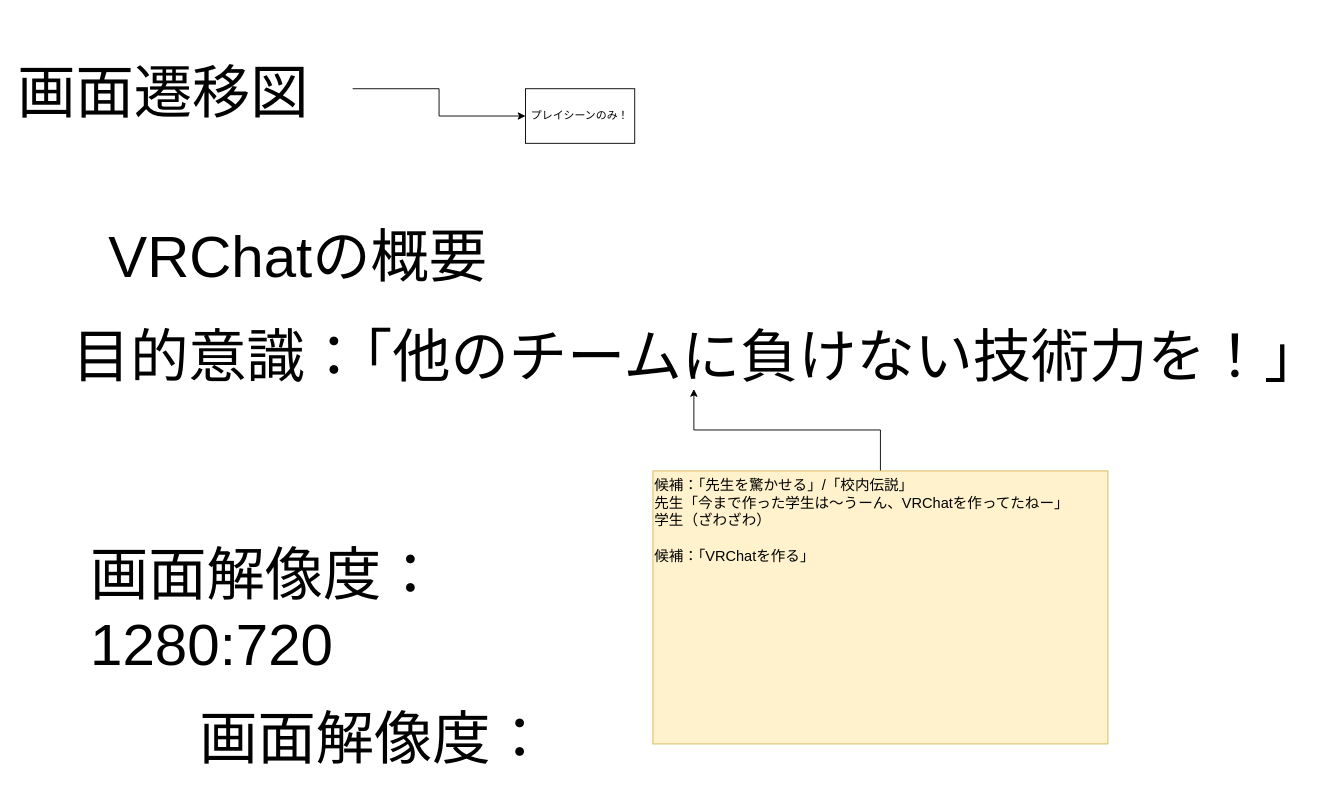
The draw.io diagram page "25/01/09" (2 of 2) of Doc/会議ログ.drawio in 3doriTea/VRTea, before the edit. Source tidied: cells renumbered, new cells numbered last; positions are measured from the earlier drawing's top-left corner, leaving out a move shared by most shapes. Both pictures are drawn from the tidied source at 91%, with x=0, y=0 at pixel (15, 52).
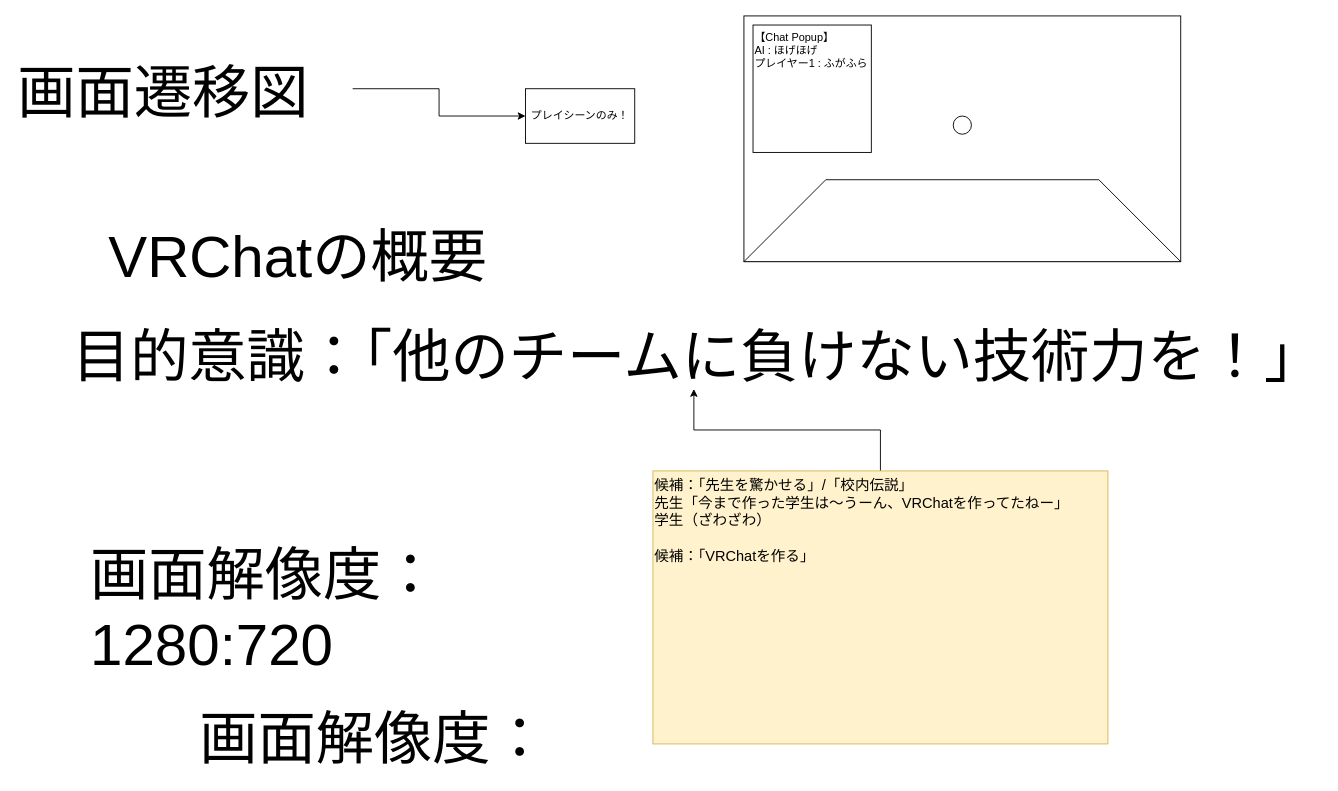
Above is the later version.

Commit message:
会議ログ.drawio を更新します

What changed in the source:
```diff
@@
 <mxGraphModel>
   <root>
     <mxCell id="0" />
     <mxCell id="1" parent="0" />
     <mxCell id="2" style="edgeStyle=orthogonalEdgeStyle;rounded=0;jettySize=auto;html=1;" parent="1" edge="1" source="3" target="10">
       <mxGeometry relative="1" as="geometry" />
     </mxCell>
     <mxCell id="3" value="画面遷移図" style="text;html=1;whiteSpace=wrap;strokeColor=none;fillColor=none;align=left;verticalAlign=top;rounded=0;fontSize=64;fontFamily=Cascadia Code;" parent="1" vertex="1">
       <mxGeometry width="370" height="80" as="geometry" />
     </mxCell>
     <mxCell id="4" value="VRChatの概要" style="text;html=1;whiteSpace=wrap;strokeColor=none;fillColor=none;align=left;verticalAlign=top;rounded=0;fontSize=64;fontFamily=Cascadia Code;" parent="1" vertex="1">
       <mxGeometry x="100" y="180" width="500" height="80" as="geometry" />
     </mxCell>
     <mxCell id="5" value="目的意識：「他のチームに負けない技術力を！」" style="text;html=1;whiteSpace=wrap;strokeColor=none;fillColor=none;align=left;verticalAlign=top;rounded=0;fontSize=64;fontFamily=Cascadia Code;" parent="1" vertex="1">
       <mxGeometry x="60" y="290" width="1370" height="80" as="geometry" />
     </mxCell>
     <mxCell id="6" value="画面解像度：1280:720" style="text;html=1;whiteSpace=wrap;strokeColor=none;fillColor=none;align=left;verticalAlign=top;rounded=0;fontSize=64;fontFamily=Cascadia Code;" parent="1" vertex="1">
       <mxGeometry x="80" y="530" width="500" height="80" as="geometry" />
     </mxCell>
     <mxCell id="7" value="画面解像度：" style="text;html=1;whiteSpace=wrap;strokeColor=none;fillColor=none;align=left;verticalAlign=top;rounded=0;fontSize=64;fontFamily=Cascadia Code;" parent="1" vertex="1">
       <mxGeometry x="200" y="710" width="500" height="80" as="geometry" />
     </mxCell>
     <mxCell id="8" style="edgeStyle=orthogonalEdgeStyle;rounded=0;jettySize=auto;html=1;" parent="1" edge="1" source="9" target="5">
       <mxGeometry relative="1" as="geometry" />
     </mxCell>
     <mxCell id="9" value="候補：&lt;span style=&quot;background-color: transparent; color: light-dark(rgb(0, 0, 0), rgb(255, 255, 255));&quot;&gt;「先生を驚かせる」/「校内伝説」&lt;/span&gt;&lt;div&gt;先生「今まで作った学生は～うーん、VRChatを作ってたねー」&lt;/div&gt;&lt;div&gt;学生（ざわざわ）&lt;/div&gt;&lt;div&gt;&lt;br&gt;&lt;/div&gt;&lt;div&gt;候補：「VRChatを作る」&lt;/div&gt;" style="text;html=1;whiteSpace=wrap;strokeColor=#d6b656;fillColor=#fff2cc;align=left;verticalAlign=top;rounded=0;fontSize=16;fontFamily=Cascadia Code;" parent="1" vertex="1">
       <mxGeometry x="700" y="460" width="500" height="300" as="geometry" />
     </mxCell>
     <mxCell id="10" value="プレイシーンのみ！" style="rounded=0;whiteSpace=wrap;html=1;" parent="1" vertex="1">
       <mxGeometry x="560" y="40" width="120" height="60" as="geometry" />
     </mxCell>
+    <mxCell id="11" style="rounded=0;whiteSpace=wrap;html=1;" parent="1" vertex="1">
+      <mxGeometry x="800" y="-40" width="480" height="270" as="geometry" />
+    </mxCell>
+    <mxCell id="12" style="shape=trapezoid;perimeter=trapezoidPerimeter;whiteSpace=wrap;html=1;fixedSize=1;size=90;" parent="1" vertex="1">
+      <mxGeometry x="800" y="140" width="480" height="90" as="geometry" />
+    </mxCell>
+    <mxCell id="13" value="&lt;div&gt;【Chat Popup】&lt;/div&gt;&lt;div&gt;AI : ほげほげ&lt;/div&gt;&lt;div&gt;プレイヤー1 : ふがふら&lt;/div&gt;" style="rounded=0;whiteSpace=wrap;html=1;verticalAlign=top;align=left;" parent="1" vertex="1">
+      <mxGeometry x="810" y="-30" width="130" height="140" as="geometry" />
+    </mxCell>
+    <mxCell id="14" style="ellipse;whiteSpace=wrap;html=1;" parent="1" vertex="1">
+      <mxGeometry x="1030" y="70" width="20" height="20" as="geometry" />
+    </mxCell>
   </root>
 </mxGraphModel>
```
